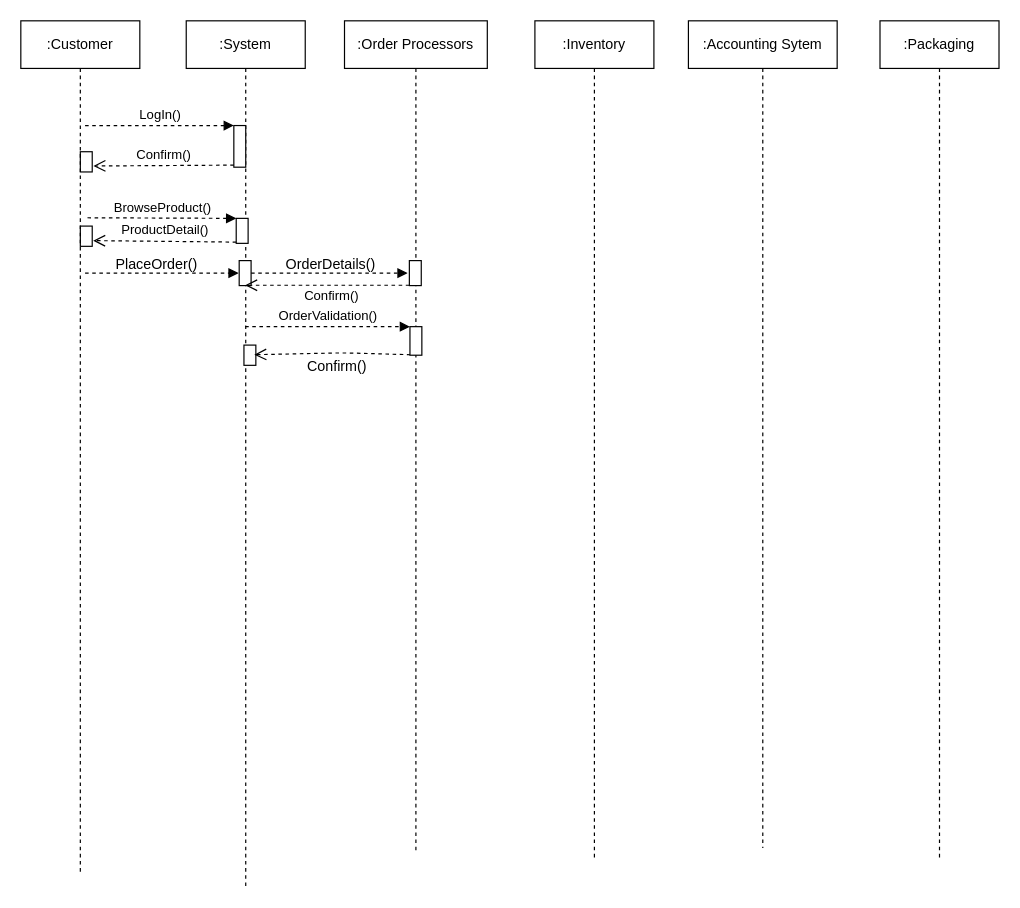
Earlier version of the draw.io diagram Untitled Diagram.drawio (codingXllama/Object-Oriented-Design-in-Java). Source tidied: cells renumbered, new cells numbered last; positions are measured from the earlier drawing's top-left corner, leaving out a move shared by most shapes. Both pictures are drawn from the tidied source at 119%, with x=0, y=0 at pixel (20, 20).
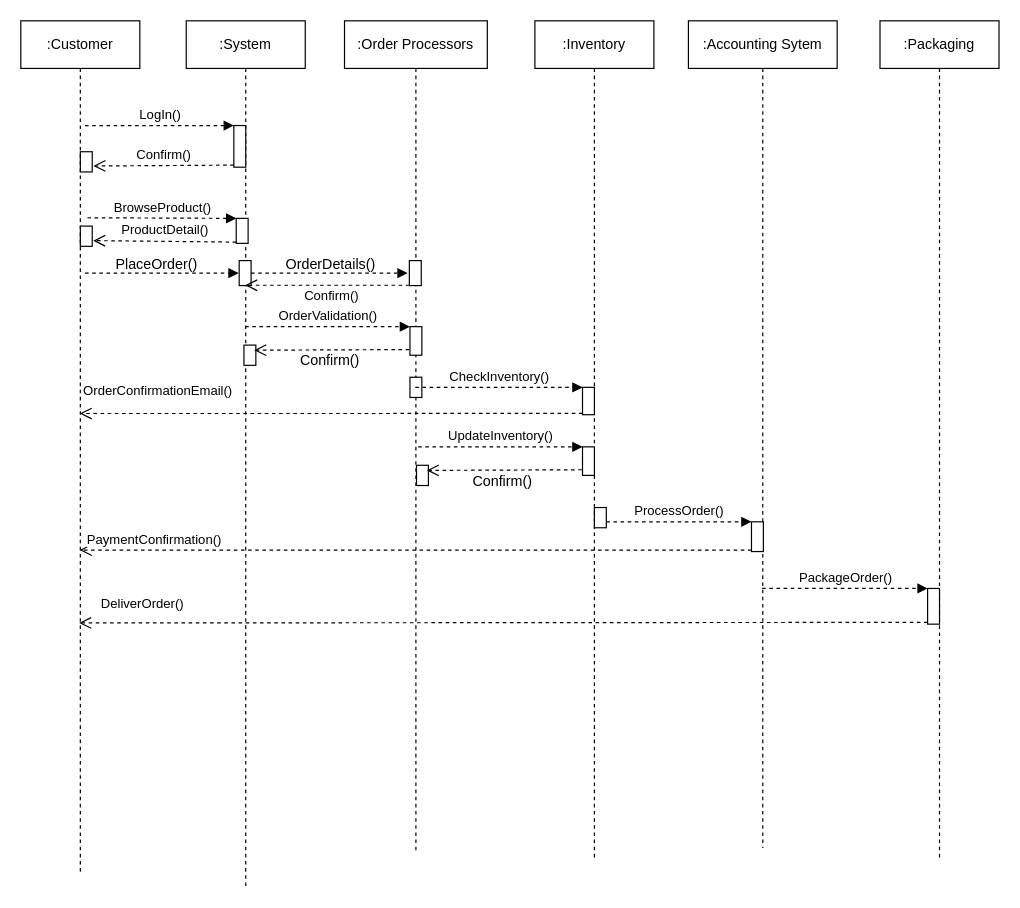
Above is the later version.

The change refers to these unchanged cells:
```xml
<mxCell id="2" value=":Packaging&lt;br&gt;" style="shape=umlLifeline;perimeter=lifelinePerimeter;whiteSpace=wrap;html=1;" parent="1" vertex="1">
  <mxGeometry x="722" width="100" height="704" as="geometry" />
</mxCell>
<mxCell id="3" value=":Accounting Sytem" style="shape=umlLifeline;perimeter=lifelinePerimeter;whiteSpace=wrap;html=1;outlineConnect=0;" parent="1" vertex="1">
  <mxGeometry x="561" width="125" height="695" as="geometry" />
</mxCell>
<mxCell id="7" value=":Order Processors" style="shape=umlLifeline;perimeter=lifelinePerimeter;whiteSpace=wrap;html=1;outlineConnect=0;" parent="1" vertex="1">
  <mxGeometry x="272" width="120" height="699" as="geometry" />
</mxCell>
<mxCell id="22" style="html=1;points=[];perimeter=orthogonalPerimeter;" parent="1" vertex="1">
  <mxGeometry x="187.5" y="272.5" width="10" height="17" as="geometry" />
</mxCell>
<mxCell id="25" style="html=1;points=[];perimeter=orthogonalPerimeter;" parent="1" vertex="1">
  <mxGeometry x="327" y="257" width="10" height="24" as="geometry" />
</mxCell>
<mxCell id="27" value=":Customer" style="shape=umlLifeline;perimeter=lifelinePerimeter;whiteSpace=wrap;html=1;outlineConnect=0;" parent="1" vertex="1">
  <mxGeometry width="100" height="717" as="geometry" />
</mxCell>
```

The edit, as a diff of the source:
```diff
@@
+    <mxCell id="28" style="html=1;points=[];perimeter=orthogonalPerimeter;" parent="2" vertex="1">
+      <mxGeometry x="40" y="477" width="10" height="30" as="geometry" />
+    </mxCell>
@@
+    <mxCell id="29" style="html=1;perimeter=orthogonalPerimeter;" parent="7" vertex="1">
+      <mxGeometry x="55" y="299.5" width="10" height="17" as="geometry" />
+    </mxCell>
@@
-    <mxCell id="24" style="html=1;verticalAlign=bottom;endArrow=open;dashed=1;endSize=8;exitX=0.04;exitY=0.983;exitDx=0;exitDy=0;exitPerimeter=0;entryX=0.87;entryY=0.476;entryDx=0;entryDy=0;entryPerimeter=0;" parent="1" edge="1" source="25" target="22">
-      <mxGeometry x="-0.26" y="-16" relative="1" as="geometry">
-        <Array as="points">
-          <mxPoint x="271" y="279" />
-        </Array>
-      </mxGeometry>
+    <mxCell id="24" style="html=1;verticalAlign=bottom;endArrow=open;dashed=1;endSize=8;exitX=-0.062;exitY=0.802;exitDx=0;exitDy=0;exitPerimeter=0;entryX=0.867;entryY=0.253;entryDx=0;entryDy=0;entryPerimeter=0;" parent="1" edge="1" source="25" target="22">
+      <mxGeometry x="-0.26" y="-16" relative="1" as="geometry" />
     </mxCell>
@@
     <mxCell id="26" value="Confirm()" style="text;html=1;align=left;verticalAlign=top;spacingTop=-4;" parent="1" vertex="1">
-      <mxGeometry x="239" y="281" width="60" height="14" as="geometry" />
+      <mxGeometry x="232.5" y="275.5" width="60" height="14" as="geometry" />
     </mxCell>
@@
+    <mxCell id="30" style="html=1;points=[];perimeter=orthogonalPerimeter;" parent="1" vertex="1">
+      <mxGeometry x="472" y="308" width="10" height="23" as="geometry" />
+    </mxCell>
+    <mxCell id="31" value="CheckInventory()" style="html=1;verticalAlign=bottom;endArrow=block;entryX=0;entryY=0;dashed=1;" parent="1" edge="1" source="7" target="30">
+      <mxGeometry relative="1" as="geometry" />
+    </mxCell>
+    <mxCell id="32" value="OrderConfirmationEmail()" style="html=1;verticalAlign=bottom;endArrow=open;dashed=1;endSize=8;exitX=0;exitY=0.95;" parent="1" edge="1" source="30" target="27">
+      <mxGeometry x="0.69" y="-10" relative="1" as="geometry">
+        <Array as="points">
+          <mxPoint x="246" y="330" />
+        </Array>
+      </mxGeometry>
+    </mxCell>
+    <mxCell id="33" value="UpdateInventory()" style="html=1;verticalAlign=bottom;endArrow=block;entryX=0;entryY=0;dashed=1;" parent="1" edge="1" target="36">
+      <mxGeometry relative="1" as="geometry">
+        <mxPoint x="333.9" y="358" as="sourcePoint" />
+      </mxGeometry>
+    </mxCell>
+    <mxCell id="34" style="html=1;points=[];perimeter=orthogonalPerimeter;" parent="1" vertex="1">
+      <mxGeometry x="332.5" y="373.5" width="10" height="17" as="geometry" />
+    </mxCell>
+    <mxCell id="35" style="html=1;verticalAlign=bottom;endArrow=open;dashed=1;endSize=8;exitX=-0.062;exitY=0.802;exitDx=0;exitDy=0;exitPerimeter=0;entryX=0.867;entryY=0.253;entryDx=0;entryDy=0;entryPerimeter=0;" parent="1" edge="1" source="36" target="34">
+      <mxGeometry x="-0.26" y="-16" relative="1" as="geometry" />
+    </mxCell>
+    <mxCell id="36" style="html=1;points=[];perimeter=orthogonalPerimeter;" parent="1" vertex="1">
+      <mxGeometry x="472" y="358" width="10" height="24" as="geometry" />
+    </mxCell>
+    <mxCell id="37" value="Confirm()" style="text;html=1;align=left;verticalAlign=top;spacingTop=-4;" parent="1" vertex="1">
+      <mxGeometry x="377.5" y="376.5" width="60" height="14" as="geometry" />
+    </mxCell>
+    <mxCell id="38" style="html=1;points=[];perimeter=orthogonalPerimeter;" parent="1" vertex="1">
+      <mxGeometry x="614" y="421" width="10" height="25" as="geometry" />
+    </mxCell>
+    <mxCell id="39" value="ProcessOrder()" style="html=1;verticalAlign=bottom;endArrow=block;entryX=0;entryY=0;dashed=1;" parent="1" edge="1" source="41" target="38">
+      <mxGeometry relative="1" as="geometry" />
+    </mxCell>
+    <mxCell id="40" value="PaymentConfirmation()" style="html=1;verticalAlign=bottom;endArrow=open;dashed=1;endSize=8;exitX=0;exitY=0.95;" parent="1" edge="1" source="38" target="27">
+      <mxGeometry x="0.78" relative="1" as="geometry" />
+    </mxCell>
+    <mxCell id="41" style="html=1;points=[];perimeter=orthogonalPerimeter;" parent="1" vertex="1">
+      <mxGeometry x="482" y="409" width="10" height="17" as="geometry" />
+    </mxCell>
+    <mxCell id="42" value="PackageOrder()" style="html=1;verticalAlign=bottom;endArrow=block;entryX=0;entryY=0;dashed=1;" parent="1" edge="1" source="3" target="28">
+      <mxGeometry relative="1" as="geometry" />
+    </mxCell>
+    <mxCell id="43" value="DeliverOrder()" style="html=1;verticalAlign=bottom;endArrow=open;dashed=1;endSize=8;exitX=0;exitY=0.95;" parent="1" edge="1" source="28">
+      <mxGeometry x="0.85" y="-7" relative="1" as="geometry">
+        <mxPoint x="49" y="506" as="targetPoint" />
+      </mxGeometry>
+    </mxCell>
```
